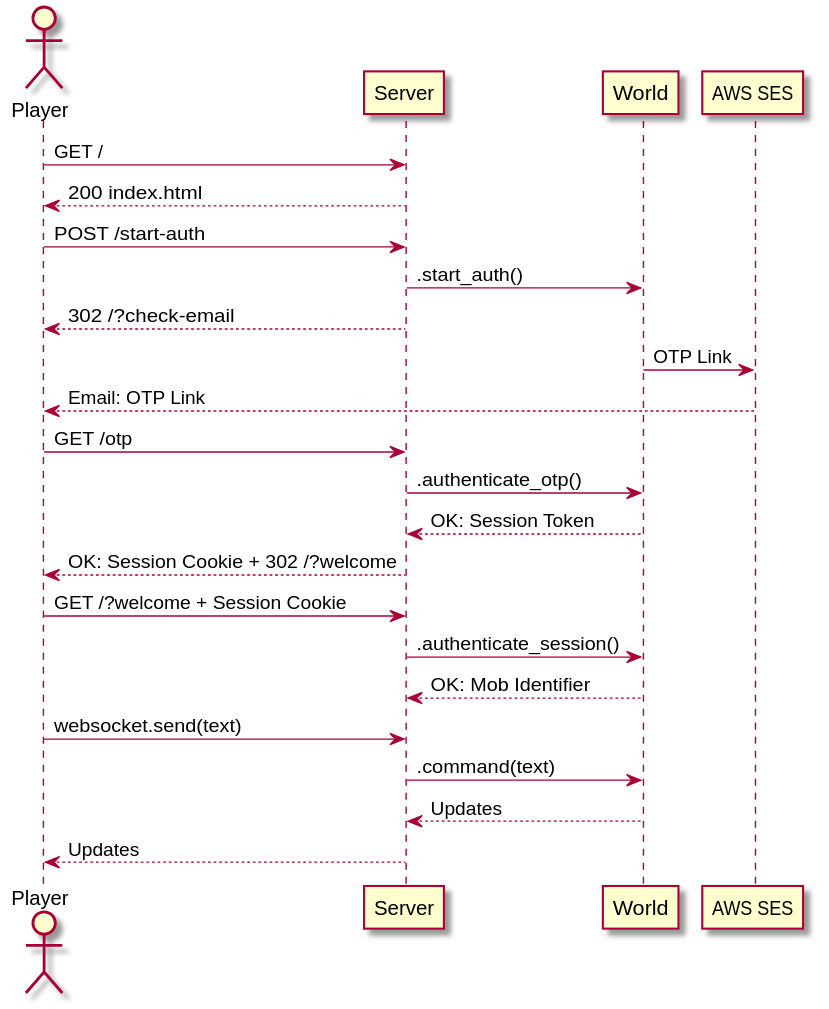
Earlier version of the PlantUML export figures/auth-flow.svg (textcamp/textcamp). Its diagram source:
```plantuml
@startuml auth-flow
actor Player
Player -> Server: GET /
Server --> Player: 200 index.html
Player -> Server: POST /start-auth
Server -> World: .start_auth()
Server --> Player: 302 /?check-email
World -> "AWS SES": OTP Link
"AWS SES" --> Player: Email: OTP Link
Player -> Server: GET /otp
Server -> World: .authenticate_otp()
World --> Server: OK: Session Token
Server --> Player: OK: Session Cookie + 302 /?welcome
Player -> Server: GET /?welcome + Session Cookie
Server -> World: .authenticate_session()
World --> Server: OK: Mob Identifier
Player -> Server: websocket.send(text)
Server -> World: .command(text)
World --> Server: Updates
Server --> Player: Updates
@enduml
```
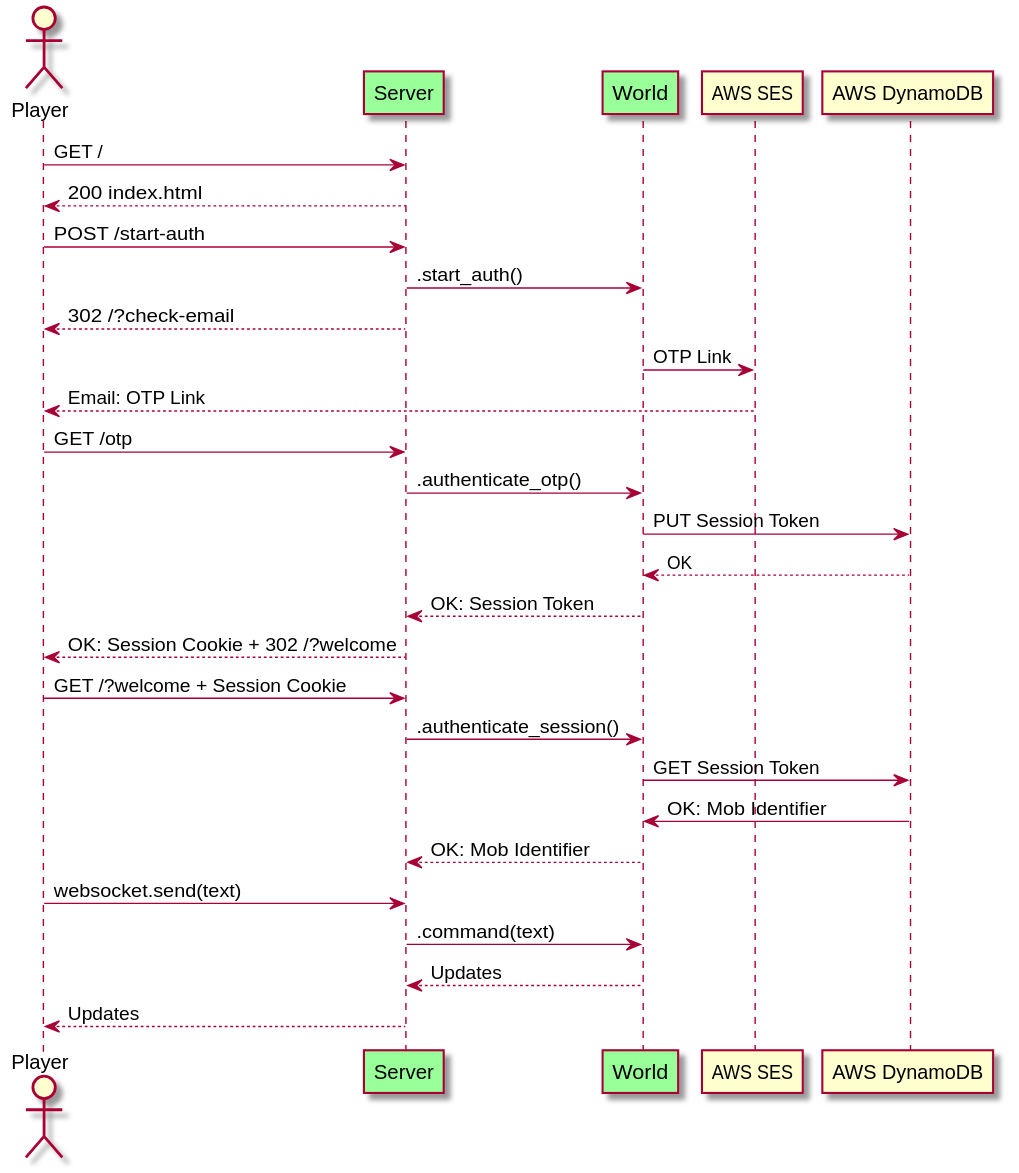
Later version of the same file.

Commit message:
Adding DynamoDB and colorizing components inside Textcamp

Diff of the diagram source:
```diff
@@ -1,5 +1,7 @@
 @startuml auth-flow
 actor Player
+participant Server #99FF99
+participant World #99FF99
 Player -> Server: GET /
 Server --> Player: 200 index.html
 Player -> Server: POST /start-auth
@@ -9,10 +11,14 @@
 "AWS SES" --> Player: Email: OTP Link
 Player -> Server: GET /otp
 Server -> World: .authenticate_otp()
+World -> "AWS DynamoDB": PUT Session Token
+"AWS DynamoDB" --> World: OK
 World --> Server: OK: Session Token
 Server --> Player: OK: Session Cookie + 302 /?welcome
 Player -> Server: GET /?welcome + Session Cookie
 Server -> World: .authenticate_session()
+World -> "AWS DynamoDB": GET Session Token
+"AWS DynamoDB" -> World: OK: Mob Identifier
 World --> Server: OK: Mob Identifier
 Player -> Server: websocket.send(text)
 Server -> World: .command(text)
```
